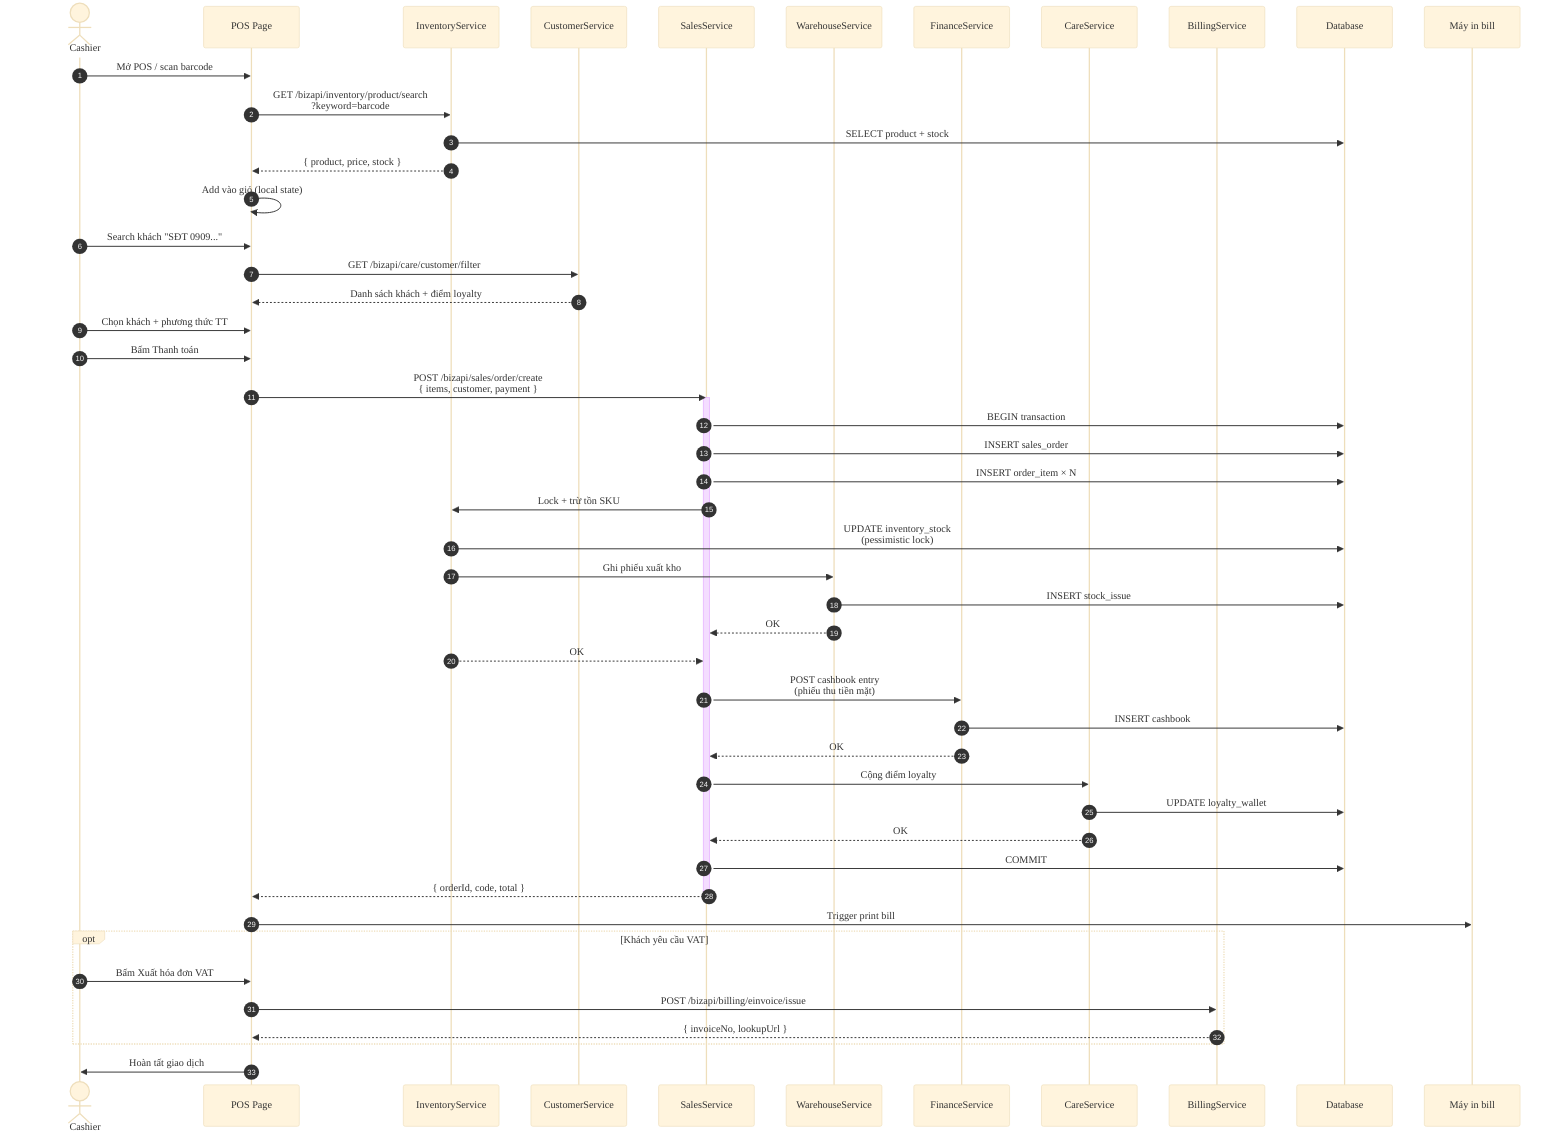
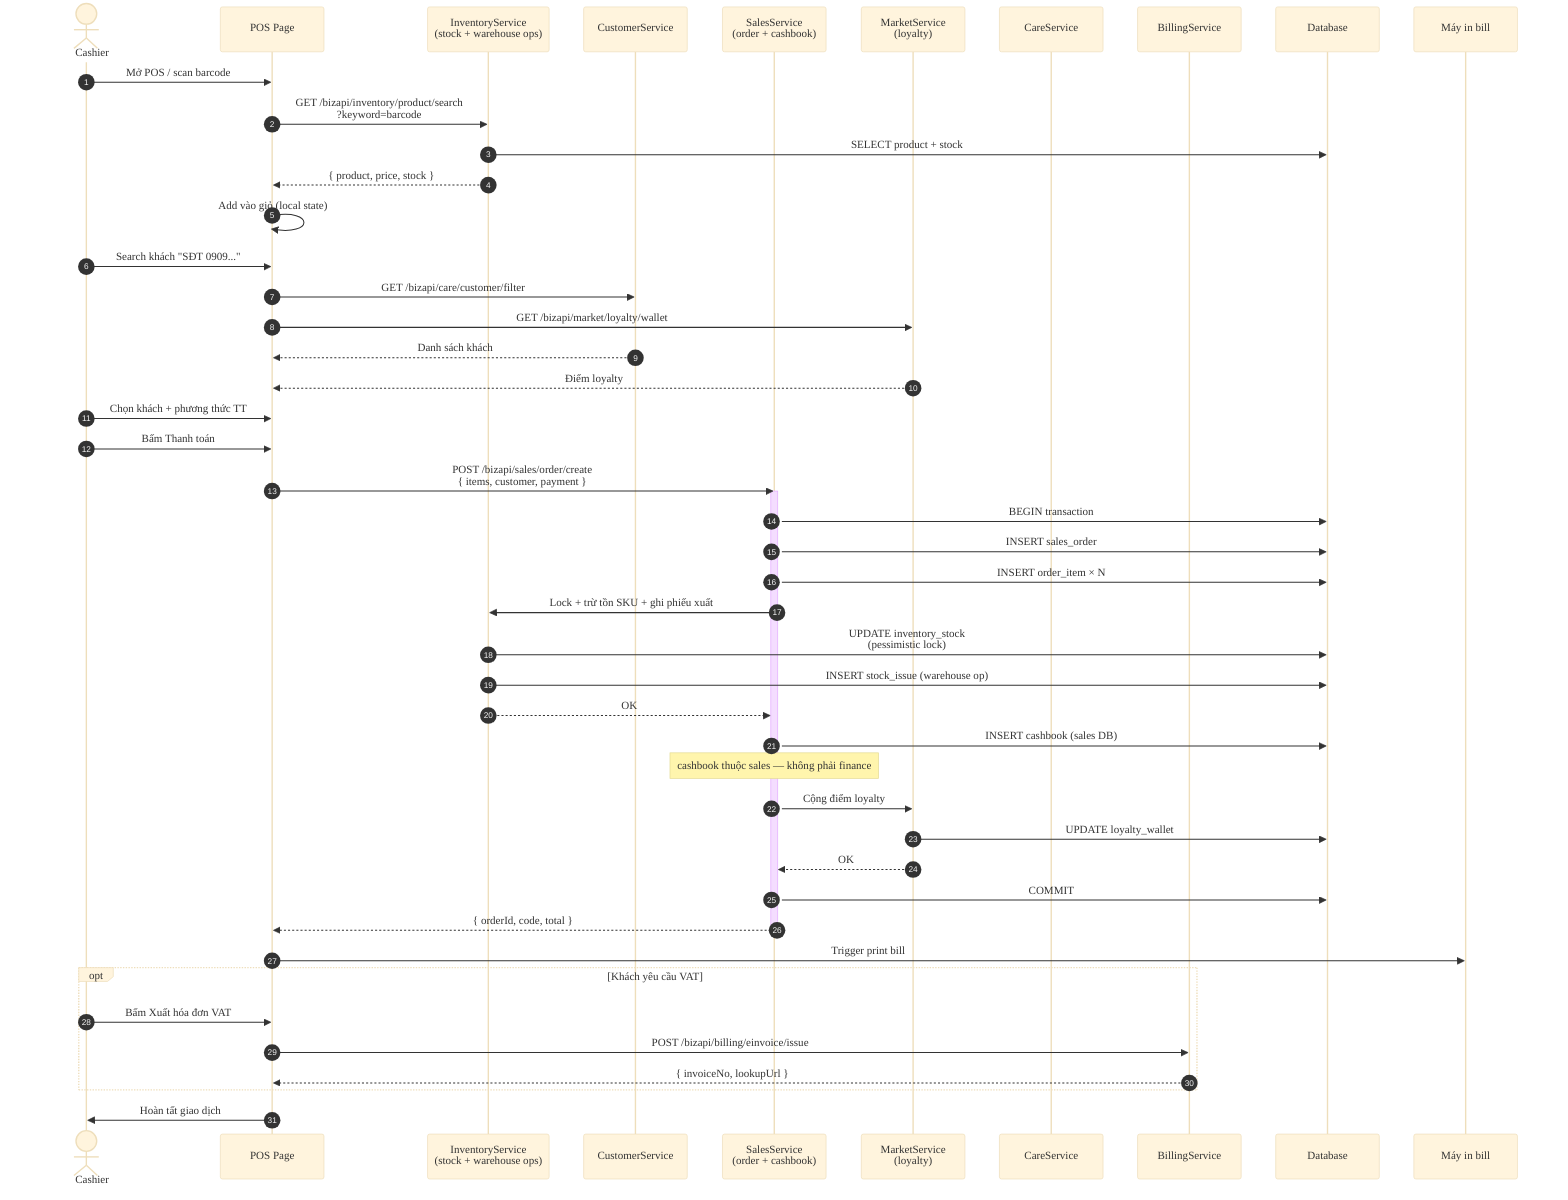
%%{init: {'theme':'base','themeVariables':{'fontFamily':'Calibri','fontSize':'18px'}}}%%
sequenceDiagram
    autonumber
    actor CASH as 👤 Cashier
    participant POS as POS Page
-     participant INV as InventoryService
+     participant INV as InventoryService<br/>(stock + warehouse ops)
    participant CS as CustomerService
-     participant SS as SalesService
-     participant WH as WarehouseService
-     participant FS as FinanceService
+     participant SS as SalesService<br/>(order + cashbook)
+     participant MKT as MarketService<br/>(loyalty)
    participant CRS as CareService
    participant BS as BillingService
    participant DB as Database
    participant PR as Máy in bill

    CASH->>POS: Mở POS / scan barcode
    POS->>INV: GET /bizapi/inventory/product/search<br/>?keyword=barcode
    INV->>DB: SELECT product + stock
    INV-->>POS: { product, price, stock }
    POS->>POS: Add vào giỏ (local state)
    CASH->>POS: Search khách "SĐT 0909..."
    POS->>CS: GET /bizapi/care/customer/filter
-     CS-->>POS: Danh sách khách + điểm loyalty
+     POS->>MKT: GET /bizapi/market/loyalty/wallet
+     CS-->>POS: Danh sách khách
+     MKT-->>POS: Điểm loyalty
    CASH->>POS: Chọn khách + phương thức TT
    CASH->>POS: Bấm Thanh toán
    POS->>SS: POST /bizapi/sales/order/create<br/>{ items, customer, payment }
    activate SS
    SS->>DB: BEGIN transaction
    SS->>DB: INSERT sales_order
    SS->>DB: INSERT order_item × N
-     SS->>INV: Lock + trừ tồn SKU
+     SS->>INV: Lock + trừ tồn SKU + ghi phiếu xuất
    INV->>DB: UPDATE inventory_stock<br/>(pessimistic lock)
-     INV->>WH: Ghi phiếu xuất kho
-     WH->>DB: INSERT stock_issue
-     WH-->>SS: OK
+     INV->>DB: INSERT stock_issue (warehouse op)
    INV-->>SS: OK
-     SS->>FS: POST cashbook entry<br/>(phiếu thu tiền mặt)
-     FS->>DB: INSERT cashbook
-     FS-->>SS: OK
-     SS->>CRS: Cộng điểm loyalty
-     CRS->>DB: UPDATE loyalty_wallet
-     CRS-->>SS: OK
+     SS->>DB: INSERT cashbook (sales DB)
+     Note over SS: cashbook thuộc sales — không phải finance
+     SS->>MKT: Cộng điểm loyalty
+     MKT->>DB: UPDATE loyalty_wallet
+     MKT-->>SS: OK
    SS->>DB: COMMIT
    SS-->>POS: { orderId, code, total }
    deactivate SS
    POS->>PR: Trigger print bill
    opt Khách yêu cầu VAT
      CASH->>POS: Bấm Xuất hóa đơn VAT
      POS->>BS: POST /bizapi/billing/einvoice/issue
      BS-->>POS: { invoiceNo, lookupUrl }
    end
    POS->>CASH: Hoàn tất giao dịch
